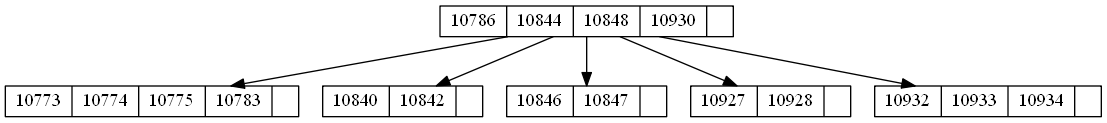
Above: Graphics/SOLIDTREE.png in Guillermo-O-C/EDD_1S20200_PY2_201801366 (Graphviz), before the change. Its source is kept beside it as TextFiles/SOLIDTREE.dot.
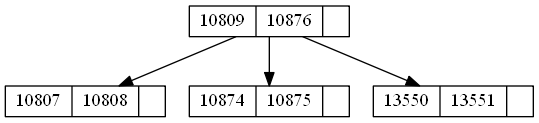
Later version of the same file.

Change to the diagram source:
```diff
@@ -1,13 +1,9 @@
 digraph G {
- node [shape = record,height=.1];10786->10773;
-10786->10840;
-10786->10846;
-10786->10927;
-10786->10932;
-10786[label = "<f0>10786|<f1>10844|<f2>10848|<f3>10930|"];
-10773[label = "<f0>10773|<f1>10774|<f2>10775|<f3>10783|"];
-10840[label = "<f0>10840|<f1>10842|"];
-10846[label = "<f0>10846|<f1>10847|"];
-10927[label = "<f0>10927|<f1>10928|"];
-10932[label = "<f0>10932|<f1>10933|<f2>10934|"];
+ node [shape = record,height=.1];10809->10807;
+10809->10874;
+10809->13550;
+10809[label = "<f0>10809|<f1>10876|"];
+10807[label = "<f0>10807|<f1>10808|"];
+10874[label = "<f0>10874|<f1>10875|"];
+13550[label = "<f0>13550|<f1>13551|"];
 }
```
